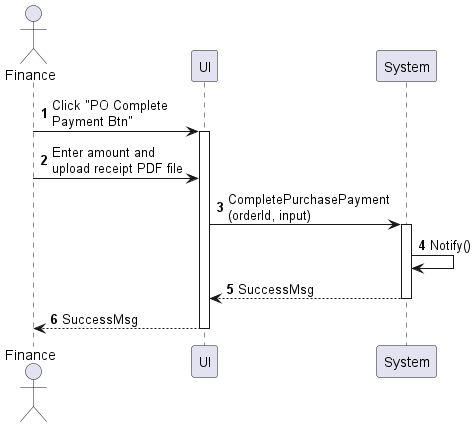
Above: sequences/purchase-order-complete-payment.png in phihungha/scmss-reqs (PlantUML), before the change.
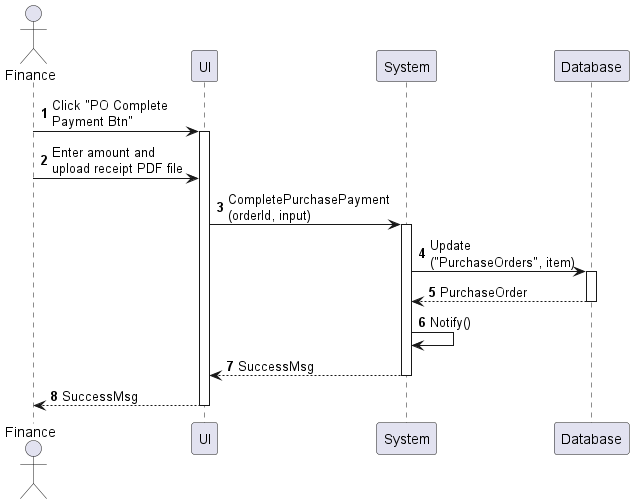
The same file after the commit.

Diff of the diagram source:
```diff
@@ -4,12 +4,16 @@
 actor "Finance" as a
 participant UI as f
 participant System as b
+participant Database as d
 
 a -> f : Click "PO Complete\nPayment Btn"
 activate f
 a -> f : Enter amount and\nupload receipt PDF file
 f -> b : CompletePurchasePayment\n(orderId, input)
 activate b
+b -> d : Update\n("PurchaseOrders", item)
+activate d
+return PurchaseOrder
 b -> b : Notify()
 return SuccessMsg
 return SuccessMsg
```
